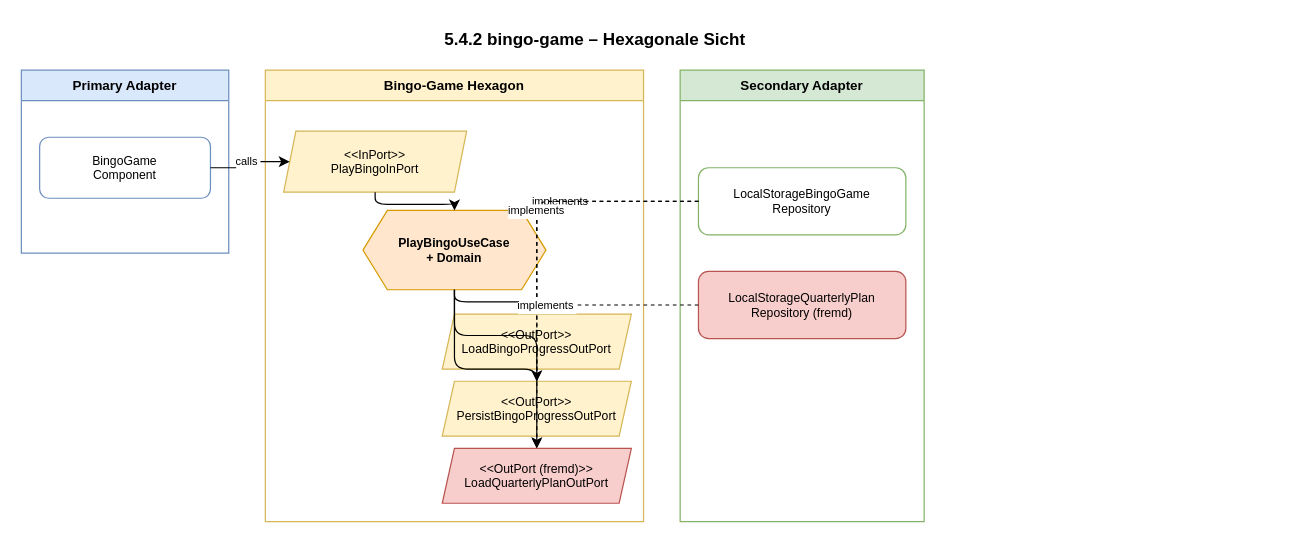
This is docs/diagrams/hexagon-bingo-game.drawio from flingoflux/knitting-quarterly-bingo, a draw.io file, before an edit. Source tidied: cells renumbered, new cells numbered last; positions are measured from the earlier drawing's top-left corner, leaving out a move shared by most shapes. Both pictures are drawn from the tidied source at 122%, with x=0, y=0 at pixel (21, 21).
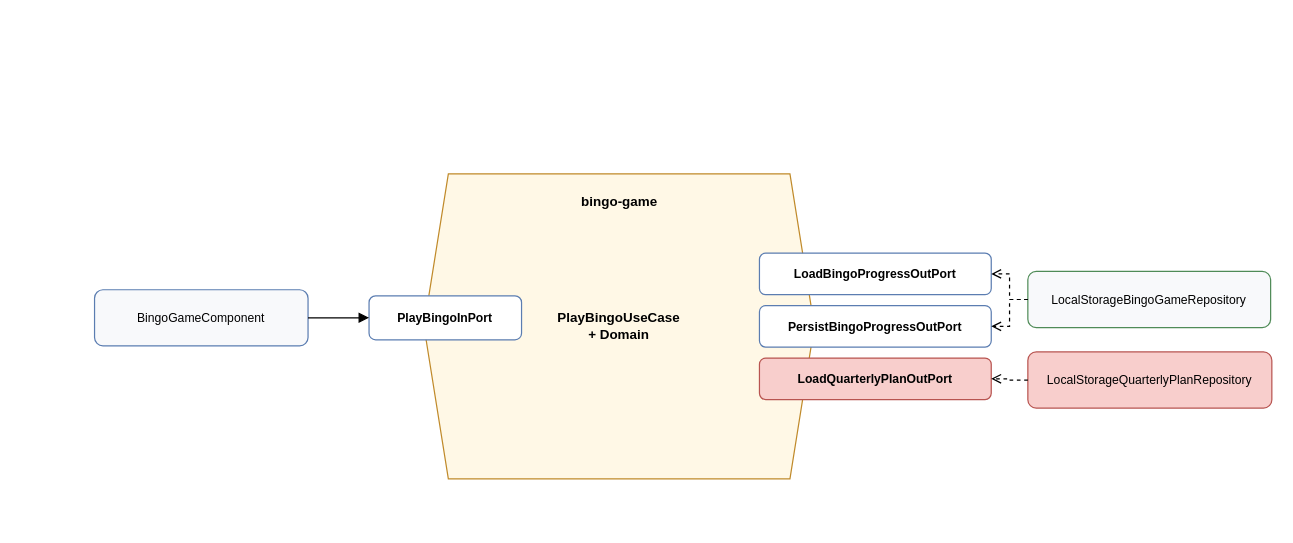
The same diagram, later.

What changed in the source:
```diff
@@
-    <mxCell id="2" value="5.4.2 bingo-game – Hexagonale Sicht" style="text;html=1;fontSize=14;fontStyle=1;align=center;" parent="1" vertex="1">
-      <mxGeometry x="130" width="680" height="25" as="geometry" />
-    </mxCell>
-    <mxCell id="3" value="Primary Adapter" style="swimlane;startSize=25;fillColor=#dae8fc;strokeColor=#6c8ebf;fontStyle=1;fontSize=11;" parent="1" vertex="1">
-      <mxGeometry y="40" width="170" height="150" as="geometry" />
-    </mxCell>
+    <mxCell id="7" value="PlayBingoUseCase&#10;+ Domain" style="shape=hexagon;perimeter=hexagonPerimeter2;whiteSpace=wrap;html=1;fixedSize=1;fillColor=#fff8e6;strokeColor=#c08a2a;fontSize=11;fontStyle=1;" parent="1" vertex="1">
+      <mxGeometry x="330" y="125" width="320" height="250" as="geometry" />
+    </mxCell>
-    <mxCell id="4" value="BingoGame&#10;Component" style="rounded=1;fillColor=#ffffff;strokeColor=#6c8ebf;fontSize=10;" parent="3" vertex="1">
-      <mxGeometry x="15" y="55" width="140" height="50" as="geometry" />
+    <mxCell id="4" value="BingoGameComponent" style="rounded=1;whiteSpace=wrap;html=1;fillColor=#f8f9fb;strokeColor=#5b7db1;fontSize=10;" parent="1" vertex="1">
+      <mxGeometry x="60" y="220" width="175" height="46" as="geometry" />
     </mxCell>
-    <mxCell id="5" value="Bingo-Game Hexagon" style="swimlane;startSize=25;fillColor=#fff2cc;strokeColor=#d6b656;fontStyle=1;fontSize=11;" parent="1" vertex="1">
-      <mxGeometry x="200" y="40" width="310" height="370" as="geometry" />
-    </mxCell>
-    <mxCell id="6" value="&lt;&lt;InPort&gt;&gt;&#10;PlayBingoInPort" style="shape=parallelogram;perimeter=parallelogramPerimeter;fixedSize=1;size=10;fillColor=#fff2cc;strokeColor=#d6b656;fontSize=10;" parent="5" vertex="1">
-      <mxGeometry x="15" y="50" width="150" height="50" as="geometry" />
+    <mxCell id="6" value="PlayBingoInPort" style="rounded=1;whiteSpace=wrap;html=1;fillColor=#ffffff;strokeColor=#5b7db1;fontSize=10;fontStyle=1;" parent="1" vertex="1">
+      <mxGeometry x="285" y="225" width="125" height="36" as="geometry" />
     </mxCell>
-    <mxCell id="7" value="PlayBingoUseCase&#10;+ Domain" style="shape=hexagon;perimeter=hexagonPerimeter2;fixedSize=1;fillColor=#ffe6cc;strokeColor=#d79b00;fontSize=10;fontStyle=1;" parent="5" vertex="1">
-      <mxGeometry x="80" y="115" width="150" height="65" as="geometry" />
-    </mxCell>
+    <mxCell id="22" value="bingo-game" style="text;html=1;fontSize=11;fontStyle=1;align=center;" parent="1" vertex="1">
+      <mxGeometry x="430" y="135" width="120" height="20" as="geometry" />
+    </mxCell>
-    <mxCell id="8" value="&lt;&lt;OutPort&gt;&gt;&#10;LoadBingoProgressOutPort" style="shape=parallelogram;perimeter=parallelogramPerimeter;fixedSize=1;size=10;fillColor=#fff2cc;strokeColor=#d6b656;fontSize=10;" parent="5" vertex="1">
-      <mxGeometry x="145" y="200" width="155" height="45" as="geometry" />
+    <mxCell id="8" value="LoadBingoProgressOutPort" style="rounded=1;whiteSpace=wrap;html=1;fillColor=#ffffff;strokeColor=#5b7db1;fontSize=10;fontStyle=1;" parent="1" vertex="1">
+      <mxGeometry x="605" y="190" width="190" height="34" as="geometry" />
     </mxCell>
-    <mxCell id="9" value="&lt;&lt;OutPort&gt;&gt;&#10;PersistBingoProgressOutPort" style="shape=parallelogram;perimeter=parallelogramPerimeter;fixedSize=1;size=10;fillColor=#fff2cc;strokeColor=#d6b656;fontSize=10;" parent="5" vertex="1">
-      <mxGeometry x="145" y="255" width="155" height="45" as="geometry" />
+    <mxCell id="9" value="PersistBingoProgressOutPort" style="rounded=1;whiteSpace=wrap;html=1;fillColor=#ffffff;strokeColor=#5b7db1;fontSize=10;fontStyle=1;" parent="1" vertex="1">
+      <mxGeometry x="605" y="233" width="190" height="34" as="geometry" />
     </mxCell>
-    <mxCell id="10" value="&lt;&lt;OutPort (fremd)&gt;&gt;&#10;LoadQuarterlyPlanOutPort" style="shape=parallelogram;perimeter=parallelogramPerimeter;fixedSize=1;size=10;fillColor=#f8cecc;strokeColor=#b85450;fontSize=10;" parent="5" vertex="1">
-      <mxGeometry x="145" y="310" width="155" height="45" as="geometry" />
+    <mxCell id="10" value="LoadQuarterlyPlanOutPort" style="rounded=1;whiteSpace=wrap;html=1;fillColor=#f8cecc;strokeColor=#b85450;fontSize=10;fontStyle=1;" parent="1" vertex="1">
+      <mxGeometry x="605" y="276" width="190" height="34" as="geometry" />
     </mxCell>
-    <mxCell id="11" style="edgeStyle=orthogonalEdgeStyle;" parent="5" edge="1" source="6" target="7">
-      <mxGeometry relative="1" as="geometry" />
-    </mxCell>
-    <mxCell id="12" style="edgeStyle=orthogonalEdgeStyle;" parent="5" edge="1" source="7" target="8">
-      <mxGeometry relative="1" as="geometry" />
-    </mxCell>
-    <mxCell id="13" style="edgeStyle=orthogonalEdgeStyle;" parent="5" edge="1" source="7" target="9">
-      <mxGeometry relative="1" as="geometry" />
-    </mxCell>
-    <mxCell id="14" style="edgeStyle=orthogonalEdgeStyle;" parent="5" edge="1" source="7" target="10">
-      <mxGeometry relative="1" as="geometry" />
-    </mxCell>
-    <mxCell id="15" value="Secondary Adapter" style="swimlane;startSize=25;fillColor=#d5e8d4;strokeColor=#82b366;fontStyle=1;fontSize=11;" parent="1" vertex="1">
-      <mxGeometry x="540" y="40" width="200" height="370" as="geometry" />
-    </mxCell>
-    <mxCell id="16" value="LocalStorageBingoGame&#10;Repository" style="rounded=1;fillColor=#ffffff;strokeColor=#82b366;fontSize=10;" parent="15" vertex="1">
-      <mxGeometry x="15" y="80" width="170" height="55" as="geometry" />
+    <mxCell id="16" value="LocalStorageBingoGameRepository" style="rounded=1;whiteSpace=wrap;html=1;fillColor=#f8f9fb;strokeColor=#4f8b57;fontSize=10;" parent="1" vertex="1">
+      <mxGeometry x="825" y="205" width="199" height="46" as="geometry" />
     </mxCell>
-    <mxCell id="17" value="LocalStorageQuarterlyPlan&#10;Repository (fremd)" style="rounded=1;fillColor=#f8cecc;strokeColor=#b85450;fontSize=10;" parent="15" vertex="1">
-      <mxGeometry x="15" y="165" width="170" height="55" as="geometry" />
+    <mxCell id="17" value="LocalStorageQuarterlyPlanRepository" style="rounded=1;whiteSpace=wrap;html=1;fillColor=#f8cecc;strokeColor=#b85450;fontSize=10;" parent="1" vertex="1">
+      <mxGeometry x="825" y="271" width="200" height="46" as="geometry" />
     </mxCell>
-    <mxCell id="18" value="calls" style="edgeStyle=orthogonalEdgeStyle;fontSize=9;" parent="1" edge="1" source="4" target="6">
+    <mxCell id="18" style="edgeStyle=orthogonalEdgeStyle;rounded=0;endArrow=block;endFill=1;" parent="1" edge="1" source="4" target="6">
       <mxGeometry relative="1" as="geometry" />
     </mxCell>
-    <mxCell id="19" value="implements" style="edgeStyle=orthogonalEdgeStyle;dashed=1;fontSize=9;endArrow=open;endFill=0;" parent="1" edge="1" source="16" target="8">
+    <mxCell id="19" style="edgeStyle=orthogonalEdgeStyle;rounded=0;dashed=1;endArrow=open;endFill=0;" parent="1" edge="1" source="16" target="8">
       <mxGeometry relative="1" as="geometry" />
     </mxCell>
-    <mxCell id="20" value="implements" style="edgeStyle=orthogonalEdgeStyle;dashed=1;fontSize=9;endArrow=open;endFill=0;" parent="1" edge="1" source="16" target="9">
+    <mxCell id="20" style="edgeStyle=orthogonalEdgeStyle;rounded=0;dashed=1;endArrow=open;endFill=0;" parent="1" edge="1" source="16" target="9">
       <mxGeometry relative="1" as="geometry" />
     </mxCell>
-    <mxCell id="21" value="implements" style="edgeStyle=orthogonalEdgeStyle;dashed=1;fontSize=9;endArrow=open;endFill=0;" parent="1" edge="1" source="17" target="10">
+    <mxCell id="21" style="edgeStyle=orthogonalEdgeStyle;rounded=0;dashed=1;endArrow=open;endFill=0;" parent="1" edge="1" source="17" target="10">
       <mxGeometry relative="1" as="geometry" />
     </mxCell>
```
